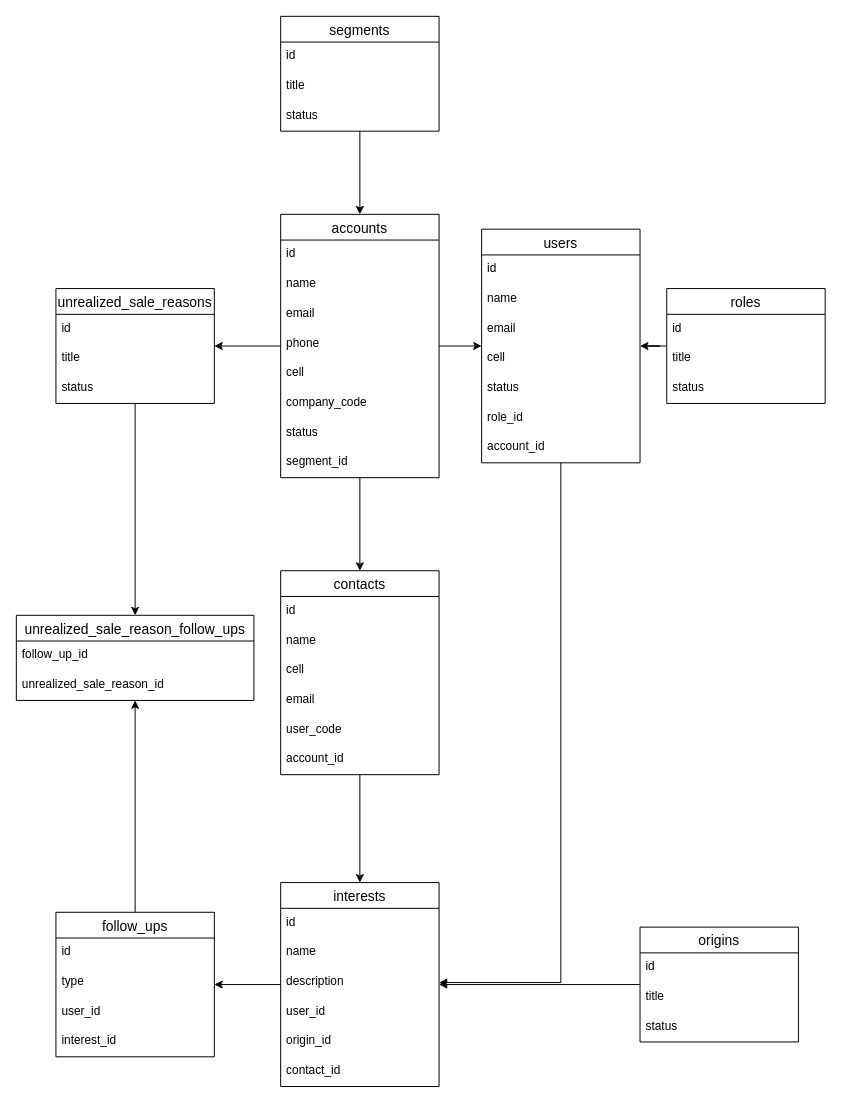
This is struct-db.drawio from thiago662/crm-core, a draw.io file, before an edit. Source tidied: cells renumbered, new cells numbered last; positions are measured from the earlier drawing's top-left corner, leaving out a move shared by most shapes. Both pictures are drawn from the tidied source at 99%, with x=0, y=0 at pixel (16, 16).
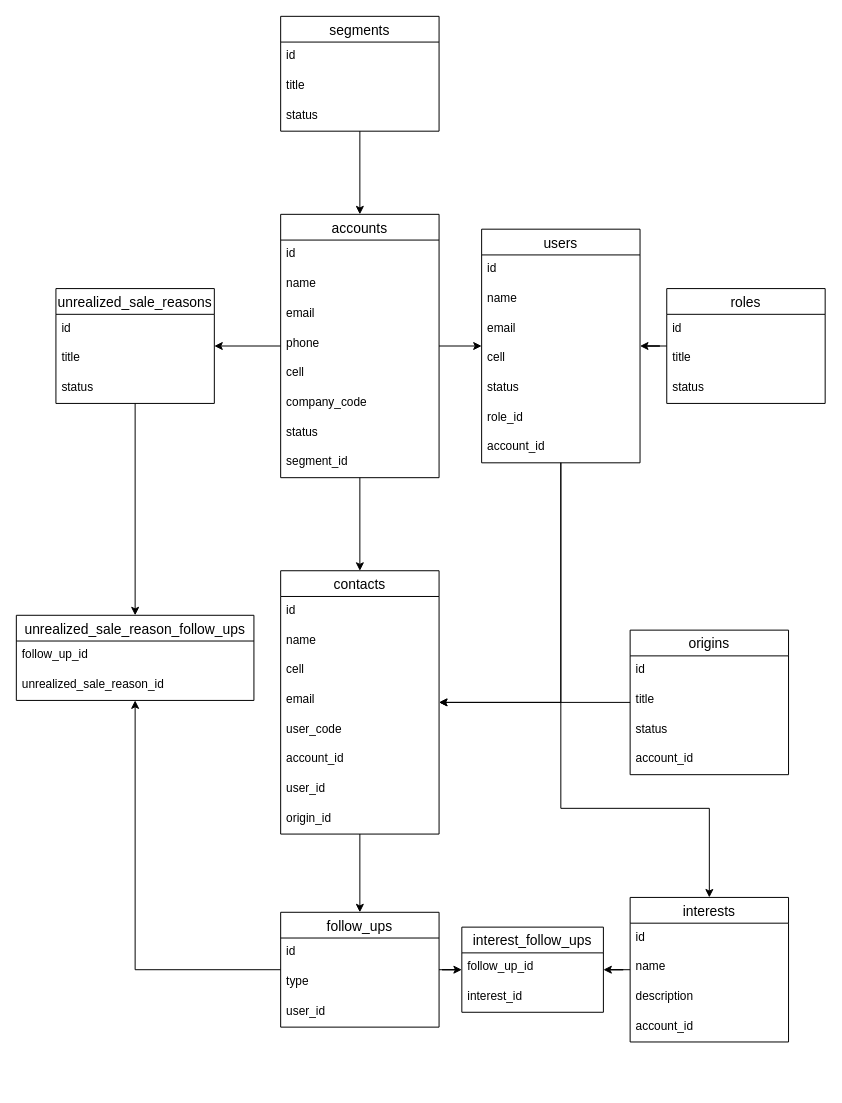
After the change.

The change refers to these unchanged cells:
```xml
<mxCell id="20" value="users" style="swimlane;fontStyle=0;horizontal=1;startSize=26;align=center;fontSize=14;" parent="1" vertex="1">
  <mxGeometry x="470" y="215" width="160" height="236" as="geometry" />
</mxCell>
```

The edit, as a diff of the source:
```diff
@@
     <mxCell id="19" style="edgeStyle=orthogonalEdgeStyle;rounded=0;jettySize=auto;html=1;" parent="1" edge="1" source="20" target="29">
       <mxGeometry relative="1" as="geometry">
         <Array as="points">
-          <mxPoint x="550" y="976" />
+          <mxPoint x="550" y="800" />
+          <mxPoint x="700" y="800" />
         </Array>
       </mxGeometry>
     </mxCell>
+    <mxCell id="68" style="edgeStyle=orthogonalEdgeStyle;rounded=0;jettySize=auto;html=1;" parent="1" edge="1" source="20" target="37">
+      <mxGeometry relative="1" as="geometry">
+        <Array as="points">
+          <mxPoint x="550" y="693" />
+        </Array>
+      </mxGeometry>
+    </mxCell>
@@
-    <mxCell id="28" style="edgeStyle=orthogonalEdgeStyle;rounded=0;jettySize=auto;html=1;" parent="1" edge="1" source="29" target="50">
-      <mxGeometry relative="1" as="geometry" />
-    </mxCell>
+    <mxCell id="69" style="edgeStyle=orthogonalEdgeStyle;rounded=0;jettySize=auto;html=1;" parent="1" edge="1" source="29" target="75">
+      <mxGeometry relative="1" as="geometry" />
+    </mxCell>
     <mxCell id="29" value="interests" style="swimlane;fontStyle=0;horizontal=1;startSize=26;align=center;fontSize=14;" parent="1" vertex="1">
-      <mxGeometry x="267" y="875" width="160" height="206" as="geometry" />
+      <mxGeometry x="620" y="890" width="160" height="146" as="geometry" />
     </mxCell>
@@
-    <mxCell id="33" value="user_id" style="text;strokeColor=none;fillColor=none;spacingLeft=4;spacingRight=4;overflow=hidden;fontSize=12;" parent="29" vertex="1">
-      <mxGeometry y="116" width="160" height="30" as="geometry" />
-    </mxCell>
-    <mxCell id="34" value="origin_id" style="text;strokeColor=none;fillColor=none;spacingLeft=4;spacingRight=4;overflow=hidden;fontSize=12;" parent="29" vertex="1">
-      <mxGeometry y="146" width="160" height="30" as="geometry" />
-    </mxCell>
-    <mxCell id="35" value="contact_id" style="text;strokeColor=none;fillColor=none;spacingLeft=4;spacingRight=4;overflow=hidden;fontSize=12;" parent="29" vertex="1">
-      <mxGeometry y="176" width="160" height="30" as="geometry" />
-    </mxCell>
-    <mxCell id="36" style="edgeStyle=orthogonalEdgeStyle;rounded=0;jettySize=auto;html=1;" parent="1" edge="1" source="37" target="29">
-      <mxGeometry relative="1" as="geometry" />
-    </mxCell>
+    <mxCell id="70" value="account_id" style="text;strokeColor=none;fillColor=none;spacingLeft=4;spacingRight=4;overflow=hidden;fontSize=12;" parent="29" vertex="1">
+      <mxGeometry y="116" width="160" height="30" as="geometry" />
+    </mxCell>
+    <mxCell id="71" style="edgeStyle=orthogonalEdgeStyle;rounded=0;jettySize=auto;html=1;" parent="1" edge="1" source="37" target="50">
+      <mxGeometry relative="1" as="geometry" />
+    </mxCell>
     <mxCell id="37" value="contacts" style="swimlane;fontStyle=0;horizontal=1;startSize=26;align=center;fontSize=14;" parent="1" vertex="1">
-      <mxGeometry x="267" y="560" width="160" height="206" as="geometry" />
+      <mxGeometry x="267" y="560" width="160" height="266" as="geometry" />
     </mxCell>
@@
+    <mxCell id="33" value="user_id" style="text;strokeColor=none;fillColor=none;spacingLeft=4;spacingRight=4;overflow=hidden;fontSize=12;" parent="37" vertex="1">
+      <mxGeometry y="206" width="160" height="30" as="geometry" />
+    </mxCell>
+    <mxCell id="34" value="origin_id" style="text;strokeColor=none;fillColor=none;spacingLeft=4;spacingRight=4;overflow=hidden;fontSize=12;" parent="37" vertex="1">
+      <mxGeometry y="236" width="160" height="30" as="geometry" />
+    </mxCell>
@@
+    <mxCell id="72" style="edgeStyle=orthogonalEdgeStyle;rounded=0;jettySize=auto;html=1;" parent="1" edge="1" source="50" target="75">
+      <mxGeometry relative="1" as="geometry" />
+    </mxCell>
     <mxCell id="50" value="follow_ups" style="swimlane;fontStyle=0;horizontal=1;startSize=26;align=center;fontSize=14;" parent="1" vertex="1">
-      <mxGeometry x="40" y="905" width="160" height="146" as="geometry" />
+      <mxGeometry x="267" y="905" width="160" height="116" as="geometry" />
     </mxCell>
@@
-    <mxCell id="54" value="interest_id" style="text;strokeColor=none;fillColor=none;spacingLeft=4;spacingRight=4;overflow=hidden;fontSize=12;" parent="50" vertex="1">
-      <mxGeometry y="116" width="160" height="30" as="geometry" />
-    </mxCell>
@@
-    <mxCell id="60" style="edgeStyle=orthogonalEdgeStyle;rounded=0;jettySize=auto;html=1;" parent="1" edge="1" source="61" target="29">
-      <mxGeometry relative="1" as="geometry" />
-    </mxCell>
+    <mxCell id="73" style="edgeStyle=orthogonalEdgeStyle;rounded=0;jettySize=auto;html=1;" parent="1" edge="1" source="61" target="37">
+      <mxGeometry relative="1" as="geometry" />
+    </mxCell>
     <mxCell id="61" value="origins" style="swimlane;fontStyle=0;horizontal=1;startSize=26;align=center;fontSize=14;" parent="1" vertex="1">
-      <mxGeometry x="630" y="920" width="160" height="116" as="geometry" />
+      <mxGeometry x="620" y="620" width="160" height="146" as="geometry" />
     </mxCell>
@@
+    <mxCell id="74" value="account_id" style="text;strokeColor=none;fillColor=none;spacingLeft=4;spacingRight=4;overflow=hidden;fontSize=12;" parent="61" vertex="1">
+      <mxGeometry y="116" width="160" height="30" as="geometry" />
+    </mxCell>
@@
+    <mxCell id="75" value="interest_follow_ups" style="swimlane;fontStyle=0;horizontal=1;startSize=26;align=center;fontSize=14;" parent="1" vertex="1">
+      <mxGeometry x="450" y="920" width="143" height="86" as="geometry" />
+    </mxCell>
+    <mxCell id="76" value="follow_up_id" style="text;strokeColor=none;fillColor=none;spacingLeft=4;spacingRight=4;overflow=hidden;fontSize=12;" parent="75" vertex="1">
+      <mxGeometry y="26" width="143" height="30" as="geometry" />
+    </mxCell>
+    <mxCell id="54" value="interest_id" style="text;strokeColor=none;fillColor=none;spacingLeft=4;spacingRight=4;overflow=hidden;fontSize=12;" parent="75" vertex="1">
+      <mxGeometry y="56" width="143" height="30" as="geometry" />
+    </mxCell>
```
